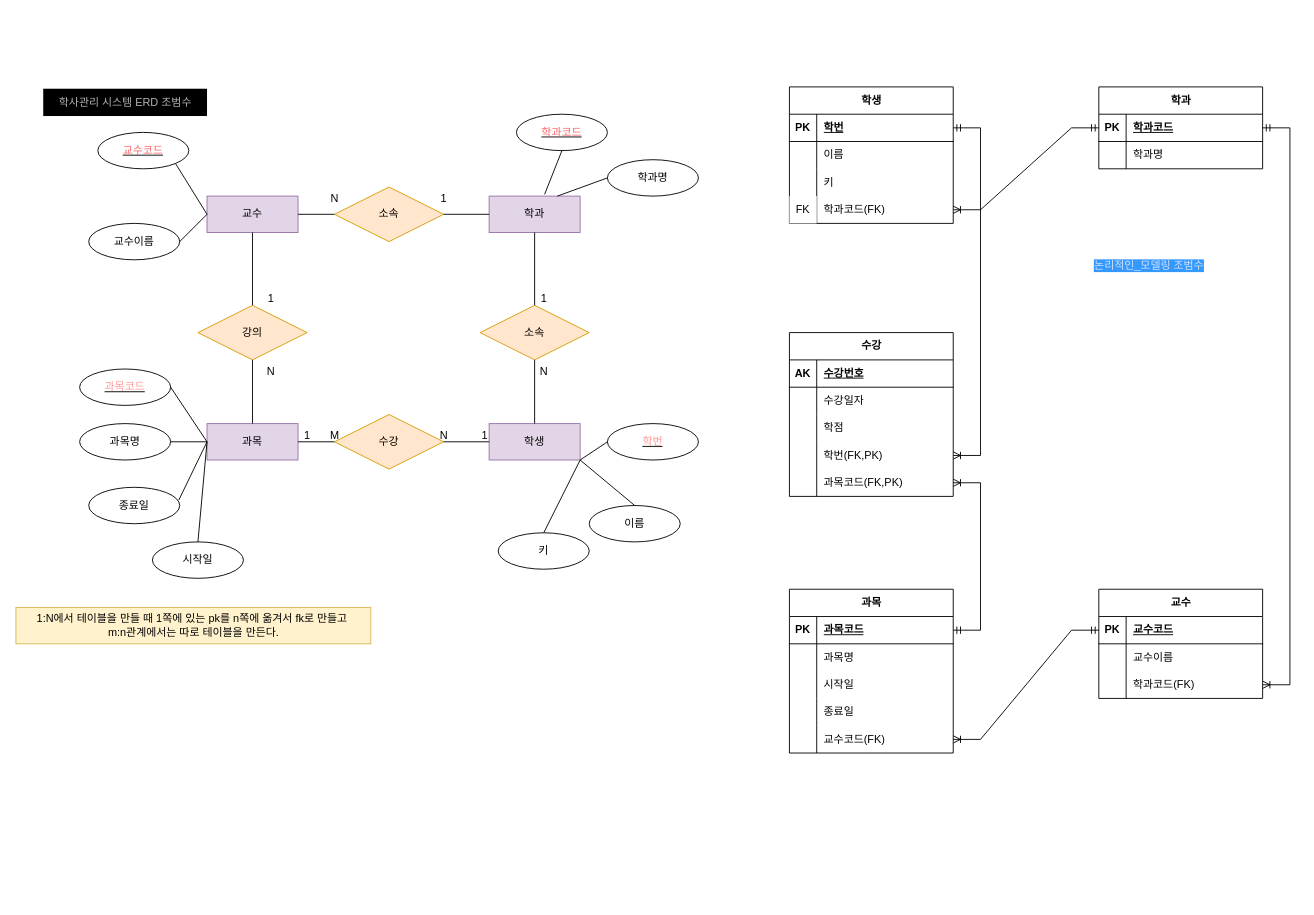
Earlier version of the draw.io diagram 학사.drawio (beomsu-j/bigdata). Source tidied: cells renumbered, new cells numbered last; positions are measured from the earlier drawing's top-left corner, leaving out a move shared by most shapes. Both pictures are drawn from the tidied source at 91%, with x=0, y=0 at pixel (15, 86).
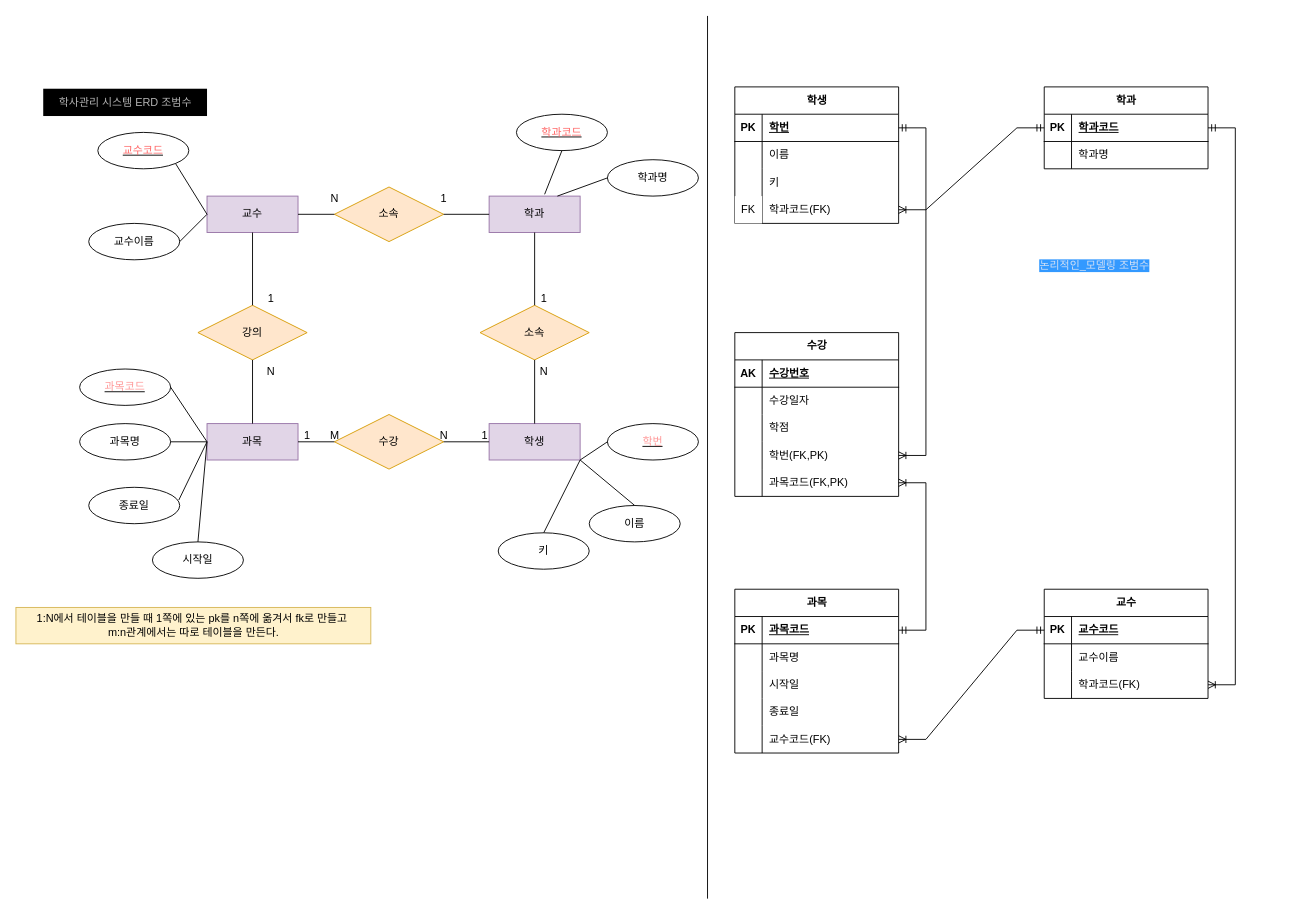
After the change.

Commit message:
학사.drawio 업데이트

The edit, as a diff of the source:
```diff
@@
     <mxCell id="52" value="학생" style="shape=table;startSize=30;childLayout=tableLayout;rowLines=0;fontStyle=1;align=center;html=1;" parent="1" vertex="1">
-      <mxGeometry x="850" width="180" height="150" as="geometry" />
+      <mxGeometry x="790" width="180" height="150" as="geometry" />
     </mxCell>
@@
     <mxCell id="65" value="과목" style="shape=table;startSize=30;childLayout=tableLayout;rowLines=0;fontStyle=1;align=center;html=1;" parent="1" vertex="1">
-      <mxGeometry x="850" y="552" width="180" height="180" as="geometry" />
+      <mxGeometry x="790" y="552" width="180" height="180" as="geometry" />
     </mxCell>
@@
     <mxCell id="81" value="수강" style="shape=table;startSize=30;childLayout=tableLayout;rowLines=0;fontStyle=1;align=center;html=1;" parent="1" vertex="1">
-      <mxGeometry x="850" y="270" width="180" height="180" as="geometry" />
+      <mxGeometry x="790" y="270" width="180" height="180" as="geometry" />
     </mxCell>
@@
     <mxCell id="97" value="학과" style="shape=table;startSize=30;childLayout=tableLayout;rowLines=0;fontStyle=1;align=center;html=1;" parent="1" vertex="1">
-      <mxGeometry x="1190" width="180" height="90" as="geometry" />
+      <mxGeometry x="1130" width="180" height="90" as="geometry" />
     </mxCell>
@@
     <mxCell id="104" value="교수" style="shape=table;startSize=30;childLayout=tableLayout;rowLines=0;fontStyle=1;align=center;html=1;" parent="1" vertex="1">
-      <mxGeometry x="1190" y="552" width="180" height="120" as="geometry" />
+      <mxGeometry x="1130" y="552" width="180" height="120" as="geometry" />
     </mxCell>
@@
     <mxCell id="119" value="&lt;font style=&quot;background-color: rgb(51, 153, 255);&quot; color=&quot;#d4e1f5&quot;&gt;논리적인_모델링 조범수&lt;/font&gt;" style="text;html=1;align=center;verticalAlign=middle;strokeColor=none;fillColor=none;" parent="1" vertex="1">
-      <mxGeometry x="1170" y="182" width="150" height="30" as="geometry" />
+      <mxGeometry x="1110" y="182" width="150" height="30" as="geometry" />
     </mxCell>
+    <mxCell id="120" style="endArrow=none;html=1;rounded=0;" parent="1" edge="1">
+      <mxGeometry relative="1" as="geometry">
+        <mxPoint x="760" y="892" as="sourcePoint" />
+        <mxPoint x="760" y="-78" as="targetPoint" />
+      </mxGeometry>
+    </mxCell>
```
